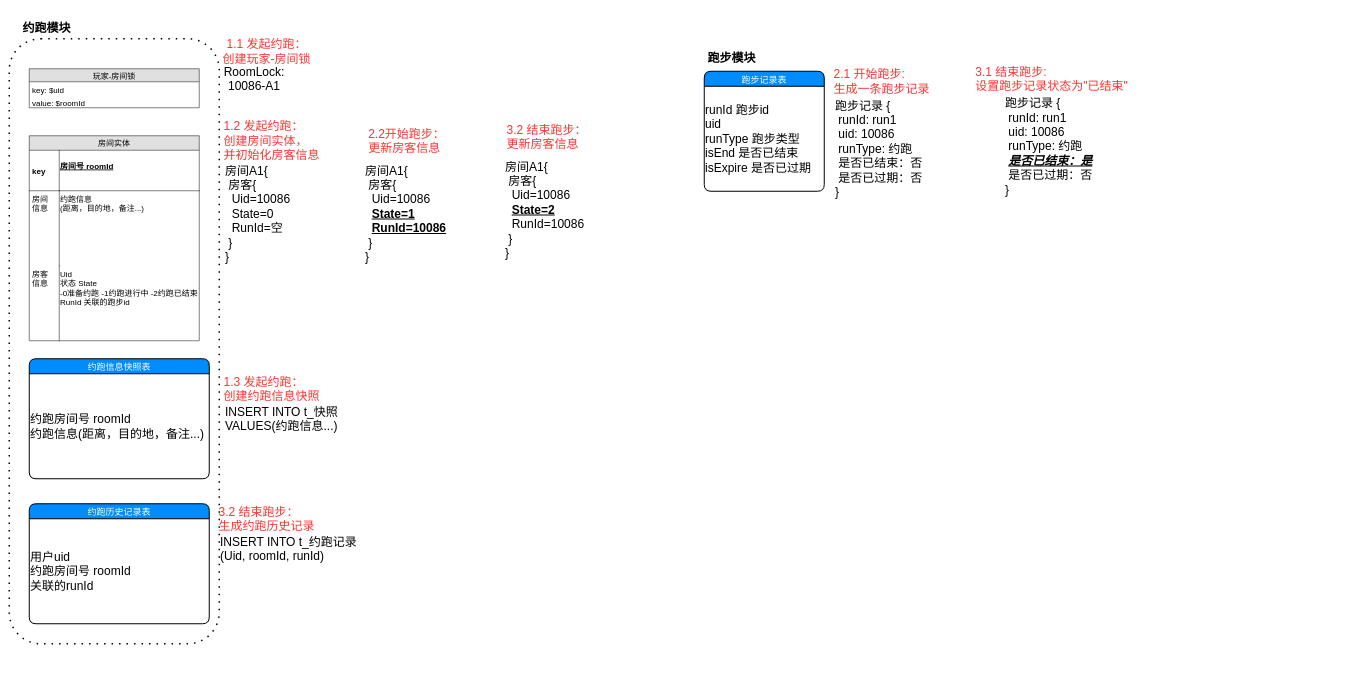
logxxx/Something keeps this draw.io diagram as 约跑房间模型.drawio. Above is the earlier version. Source tidied: cells renumbered, new cells numbered last; positions are measured from the earlier drawing's top-left corner, leaving out a move shared by most shapes. Both pictures are drawn from the tidied source at 50%, with x=0, y=0 at pixel (9, 14).
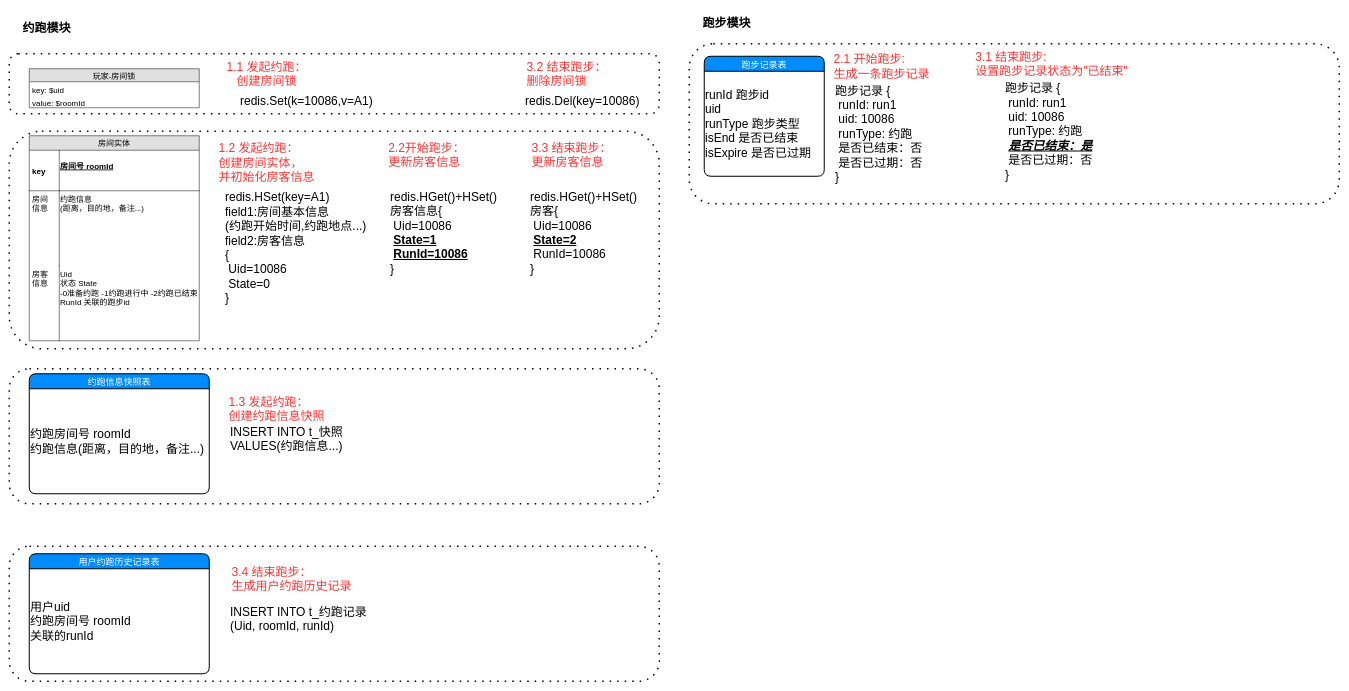
Above is the later version.

Commit message:
Update 约跑房间模型.drawio

The edit, as a diff of the source:
```diff
@@
+    <mxCell id="37" style="shape=ext;rounded=1;html=1;whiteSpace=wrap;dashed=1;dashPattern=1 4;strokeColor=#000000;fillColor=none;fontSize=16;fontColor=#FF0000;strokeWidth=3;" parent="1" vertex="1">
+      <mxGeometry x="1360" y="60" width="1300" height="320" as="geometry" />
+    </mxCell>
+    <mxCell id="38" style="shape=ext;rounded=1;html=1;whiteSpace=wrap;dashed=1;dashPattern=1 4;strokeColor=#000000;fillColor=none;fontSize=16;fontColor=#FF0000;strokeWidth=3;" parent="1" vertex="1">
+      <mxGeometry y="710" width="1300" height="270" as="geometry" />
+    </mxCell>
+    <mxCell id="39" style="shape=ext;rounded=1;html=1;whiteSpace=wrap;dashed=1;dashPattern=1 4;strokeColor=#000000;fillColor=none;fontSize=16;fontColor=#FF0000;strokeWidth=3;" parent="1" vertex="1">
+      <mxGeometry y="235" width="1300" height="435" as="geometry" />
+    </mxCell>
     <mxCell id="2" style="shape=ext;rounded=1;html=1;whiteSpace=wrap;dashed=1;dashPattern=1 4;strokeColor=#000000;fillColor=none;fontSize=16;fontColor=#FF0000;strokeWidth=3;" parent="1" vertex="1">
-      <mxGeometry y="50" width="420" height="1210" as="geometry" />
+      <mxGeometry y="80" width="1300" height="120" as="geometry" />
     </mxCell>
@@
     <mxCell id="10" value="跑步记录表" style="swimlane;horizontal=1;startSize=30;fillColor=#008cff;fontColor=#FFFFFF;rounded=1;fontSize=18;fontStyle=0;strokeWidth=2;shadow=0;dashed=0;align=center;" parent="1" vertex="1">
-      <mxGeometry x="1390" y="115" width="240" height="240" as="geometry" />
+      <mxGeometry x="1390" y="85" width="240" height="240" as="geometry" />
     </mxCell>
@@
     <mxCell id="16" value="跑步模块" style="text;align=center;fontStyle=1;verticalAlign=middle;spacingLeft=3;spacingRight=3;strokeColor=none;fillColor=none;fontSize=24;fontColor=#000000;" parent="1" vertex="1">
-      <mxGeometry x="1390" y="60" width="110" height="50" as="geometry" />
+      <mxGeometry x="1380" y="-10" width="110" height="50" as="geometry" />
     </mxCell>
-    <mxCell id="17" value="RoomLock:&lt;br&gt;10086-A1" style="text;html=1;strokeColor=none;fillColor=none;align=center;verticalAlign=middle;whiteSpace=wrap;rounded=0;fontSize=24;fontColor=#000000;" parent="1" vertex="1">
-      <mxGeometry x="470" y="120" width="40" height="20" as="geometry" />
+    <mxCell id="17" value="redis.Set(k=10086,v=A1)" style="text;html=1;strokeColor=none;fillColor=none;align=left;verticalAlign=middle;whiteSpace=wrap;rounded=0;fontSize=24;fontColor=#000000;" parent="1" vertex="1">
+      <mxGeometry x="460" y="140" width="350" height="70" as="geometry" />
     </mxCell>
-    <mxCell id="18" value="&lt;div&gt;房间A1{&lt;/div&gt;&lt;div&gt;&lt;span style=&quot;white-space: pre&quot;&gt; &lt;/span&gt;房客{&lt;/div&gt;&lt;div&gt;&lt;span style=&quot;white-space: pre&quot;&gt;  &lt;/span&gt;Uid=10086&lt;/div&gt;&lt;div&gt;&lt;span style=&quot;white-space: pre&quot;&gt;  &lt;/span&gt;State=0&lt;/div&gt;&lt;div&gt;&lt;span style=&quot;white-space: pre&quot;&gt;  &lt;/span&gt;RunId=空&lt;/div&gt;&lt;div&gt;&lt;span style=&quot;white-space: pre&quot;&gt; &lt;/span&gt;}&lt;/div&gt;&lt;div&gt;}&lt;/div&gt;" style="text;html=1;strokeColor=none;fillColor=none;align=left;verticalAlign=middle;whiteSpace=wrap;rounded=0;fontSize=24;fontColor=#000000;" parent="1" vertex="1">
-      <mxGeometry x="430" y="280" width="310" height="240" as="geometry" />
+    <mxCell id="18" value="&lt;div&gt;redis.HSet(key=A1)&lt;/div&gt;&lt;div&gt;field1:房间基本信息&lt;/div&gt;&lt;div&gt;(约跑开始时间,约跑地点...)&lt;/div&gt;&lt;div&gt;field2:房客信息&lt;/div&gt;&lt;div&gt;&lt;span&gt;{&lt;/span&gt;&lt;br&gt;&lt;/div&gt;&lt;div&gt;&lt;span style=&quot;white-space: pre&quot;&gt; &lt;/span&gt;Uid=10086&lt;/div&gt;&lt;div&gt;&lt;span style=&quot;white-space: pre&quot;&gt; &lt;/span&gt;State=0&lt;/div&gt;&lt;div&gt;}&lt;/div&gt;" style="text;html=1;strokeColor=none;fillColor=none;align=left;verticalAlign=middle;whiteSpace=wrap;rounded=0;fontSize=24;fontColor=#000000;" parent="1" vertex="1">
+      <mxGeometry x="430" y="348" width="310" height="240" as="geometry" />
     </mxCell>
-    <mxCell id="19" value="&lt;font color=&quot;#ff3333&quot;&gt;1.1 发起约跑：&lt;br&gt;创建玩家-房间锁&lt;/font&gt;" style="text;html=1;strokeColor=none;fillColor=none;align=center;verticalAlign=middle;whiteSpace=wrap;rounded=0;fontSize=24;fontColor=#000000;" parent="1" vertex="1">
-      <mxGeometry x="330" y="65" width="370" height="20" as="geometry" />
+    <mxCell id="19" value="&lt;font color=&quot;#ff3333&quot;&gt;1.1 发起约跑：&lt;br&gt;创建房间锁&lt;/font&gt;" style="text;html=1;strokeColor=none;fillColor=none;align=center;verticalAlign=middle;whiteSpace=wrap;rounded=0;fontSize=24;fontColor=#000000;" parent="1" vertex="1">
+      <mxGeometry x="330" y="110" width="370" height="20" as="geometry" />
     </mxCell>
     <mxCell id="20" value="&lt;div style=&quot;text-align: left&quot;&gt;&lt;span style=&quot;color: rgb(255 , 51 , 51)&quot;&gt;1.2 发起约跑：&lt;/span&gt;&lt;/div&gt;&lt;div style=&quot;text-align: left&quot;&gt;&lt;span style=&quot;color: rgb(255 , 51 , 51)&quot;&gt;创建房间实体，&lt;/span&gt;&lt;/div&gt;&lt;font color=&quot;#ff3333&quot;&gt;&lt;div style=&quot;text-align: left&quot;&gt;&lt;span&gt;并初始化房客信息&lt;/span&gt;&lt;/div&gt;&lt;/font&gt;" style="text;html=1;strokeColor=none;fillColor=none;align=center;verticalAlign=middle;whiteSpace=wrap;rounded=0;fontSize=24;fontColor=#000000;" parent="1" vertex="1">
-      <mxGeometry x="340" y="244" width="370" height="20" as="geometry" />
+      <mxGeometry x="330" y="288" width="370" height="20" as="geometry" />
     </mxCell>
     <mxCell id="21" value="&lt;div style=&quot;text-align: left&quot;&gt;&lt;font color=&quot;#ff3333&quot;&gt;2.1 开始跑步:&lt;/font&gt;&lt;/div&gt;&lt;div style=&quot;text-align: left&quot;&gt;&lt;font color=&quot;#ff3333&quot;&gt;生成一条跑步记录&lt;/font&gt;&lt;/div&gt;" style="text;html=1;strokeColor=none;fillColor=none;align=center;verticalAlign=middle;whiteSpace=wrap;rounded=0;fontSize=24;fontColor=#000000;" parent="1" vertex="1">
-      <mxGeometry x="1560" y="125" width="370" height="20" as="geometry" />
+      <mxGeometry x="1560" y="95" width="370" height="20" as="geometry" />
     </mxCell>
     <mxCell id="22" value="&lt;div&gt;跑步记录 {&lt;/div&gt;&lt;div&gt;&lt;span style=&quot;white-space: pre&quot;&gt; &lt;/span&gt;runId: run1&lt;/div&gt;&lt;div&gt;&lt;span style=&quot;white-space: pre&quot;&gt; &lt;/span&gt;uid: 10086&lt;/div&gt;&lt;div&gt;&lt;span style=&quot;white-space: pre&quot;&gt; &lt;/span&gt;runType: 约跑&lt;/div&gt;&lt;div&gt;&lt;span style=&quot;white-space: pre&quot;&gt; &lt;/span&gt;是否已结束：否&lt;/div&gt;&lt;div&gt;&lt;span style=&quot;white-space: pre&quot;&gt; &lt;/span&gt;是否已过期：否&lt;/div&gt;&lt;div&gt;}&lt;/div&gt;" style="text;html=1;strokeColor=none;fillColor=none;align=left;verticalAlign=middle;whiteSpace=wrap;rounded=0;fontSize=24;fontColor=#000000;" parent="1" vertex="1">
-      <mxGeometry x="1650" y="150" width="310" height="240" as="geometry" />
+      <mxGeometry x="1650" y="120" width="310" height="240" as="geometry" />
     </mxCell>
-    <mxCell id="23" value="&lt;div&gt;房间A1{&lt;/div&gt;&lt;div&gt;&lt;span style=&quot;white-space: pre&quot;&gt; &lt;/span&gt;房客{&lt;/div&gt;&lt;div&gt;&lt;span style=&quot;white-space: pre&quot;&gt;  &lt;/span&gt;Uid=10086&lt;/div&gt;&lt;div&gt;&lt;span style=&quot;white-space: pre&quot;&gt;  &lt;/span&gt;&lt;b&gt;&lt;u&gt;State=1&lt;/u&gt;&lt;/b&gt;&lt;/div&gt;&lt;div&gt;&lt;span style=&quot;white-space: pre&quot;&gt;  &lt;/span&gt;&lt;b&gt;&lt;u&gt;RunId=10086&lt;/u&gt;&lt;/b&gt;&lt;/div&gt;&lt;div&gt;&lt;span style=&quot;white-space: pre&quot;&gt; &lt;/span&gt;}&lt;/div&gt;&lt;div&gt;}&lt;/div&gt;" style="text;html=1;strokeColor=none;fillColor=none;align=left;verticalAlign=middle;whiteSpace=wrap;rounded=0;fontSize=24;fontColor=#000000;" parent="1" vertex="1">
-      <mxGeometry x="710" y="280" width="310" height="240" as="geometry" />
+    <mxCell id="23" value="&lt;div&gt;redis.HGet()+HSet()&lt;/div&gt;&lt;div&gt;房客信息{&lt;/div&gt;&lt;div&gt;&lt;span style=&quot;white-space: pre&quot;&gt; &lt;/span&gt;Uid=10086&lt;/div&gt;&lt;div&gt;&lt;span style=&quot;white-space: pre&quot;&gt; &lt;/span&gt;&lt;b&gt;&lt;u&gt;State=1&lt;/u&gt;&lt;/b&gt;&lt;/div&gt;&lt;div&gt;&lt;span style=&quot;white-space: pre&quot;&gt; &lt;/span&gt;&lt;b&gt;&lt;u&gt;RunId=10086&lt;/u&gt;&lt;/b&gt;&lt;/div&gt;&lt;div&gt;}&lt;/div&gt;" style="text;html=1;strokeColor=none;fillColor=none;align=left;verticalAlign=middle;whiteSpace=wrap;rounded=0;fontSize=24;fontColor=#000000;" parent="1" vertex="1">
+      <mxGeometry x="760" y="318" width="310" height="240" as="geometry" />
     </mxCell>
     <mxCell id="24" value="&lt;div style=&quot;text-align: left&quot;&gt;&lt;font color=&quot;#ff3333&quot;&gt;2.2开始跑步：&lt;/font&gt;&lt;/div&gt;&lt;div style=&quot;text-align: left&quot;&gt;&lt;font color=&quot;#ff3333&quot;&gt;更新房客信息&lt;/font&gt;&lt;/div&gt;" style="text;html=1;strokeColor=none;fillColor=none;align=center;verticalAlign=middle;whiteSpace=wrap;rounded=0;fontSize=24;fontColor=#000000;" parent="1" vertex="1">
-      <mxGeometry x="610" y="244" width="370" height="20" as="geometry" />
+      <mxGeometry x="650" y="272" width="370" height="20" as="geometry" />
     </mxCell>
     <mxCell id="25" value="&lt;div style=&quot;text-align: left&quot;&gt;&lt;font color=&quot;#ff3333&quot;&gt;3.1 结束跑步:&lt;/font&gt;&lt;/div&gt;&lt;div style=&quot;text-align: left&quot;&gt;&lt;font color=&quot;#ff3333&quot;&gt;设置跑步记录状态为&quot;已结束&quot;&lt;/font&gt;&lt;/div&gt;" style="text;html=1;strokeColor=none;fillColor=none;align=center;verticalAlign=middle;whiteSpace=wrap;rounded=0;fontSize=24;fontColor=#000000;" parent="1" vertex="1">
-      <mxGeometry x="1900" y="120" width="370" height="20" as="geometry" />
+      <mxGeometry x="1900" y="90" width="370" height="20" as="geometry" />
     </mxCell>
     <mxCell id="26" value="&lt;div&gt;跑步记录 {&lt;/div&gt;&lt;div&gt;&lt;span style=&quot;white-space: pre&quot;&gt; &lt;/span&gt;runId: run1&lt;/div&gt;&lt;div&gt;&lt;span style=&quot;white-space: pre&quot;&gt; &lt;/span&gt;uid: 10086&lt;/div&gt;&lt;div&gt;&lt;span style=&quot;white-space: pre&quot;&gt; &lt;/span&gt;runType: 约跑&lt;/div&gt;&lt;div&gt;&lt;span style=&quot;white-space: pre&quot;&gt; &lt;/span&gt;&lt;i&gt;&lt;b&gt;&lt;u&gt;是否已结束：是&lt;/u&gt;&lt;/b&gt;&lt;/i&gt;&lt;/div&gt;&lt;div&gt;&lt;span style=&quot;white-space: pre&quot;&gt; &lt;/span&gt;是否已过期：否&lt;/div&gt;&lt;div&gt;}&lt;/div&gt;" style="text;html=1;strokeColor=none;fillColor=none;align=left;verticalAlign=middle;whiteSpace=wrap;rounded=0;fontSize=24;fontColor=#000000;" parent="1" vertex="1">
-      <mxGeometry x="1990" y="145" width="310" height="240" as="geometry" />
+      <mxGeometry x="1990" y="115" width="310" height="240" as="geometry" />
     </mxCell>
-    <mxCell id="27" value="&lt;div&gt;房间A1{&lt;/div&gt;&lt;div&gt;&lt;span style=&quot;white-space: pre&quot;&gt; &lt;/span&gt;房客{&lt;/div&gt;&lt;div&gt;&lt;span style=&quot;white-space: pre&quot;&gt;  &lt;/span&gt;Uid=10086&lt;/div&gt;&lt;div&gt;&lt;span style=&quot;white-space: pre&quot;&gt;  &lt;/span&gt;&lt;b&gt;&lt;u&gt;State=2&lt;/u&gt;&lt;/b&gt;&lt;/div&gt;&lt;div&gt;&lt;span style=&quot;white-space: pre&quot;&gt;  &lt;/span&gt;RunId=10086&lt;/div&gt;&lt;div&gt;&lt;span style=&quot;white-space: pre&quot;&gt; &lt;/span&gt;}&lt;/div&gt;&lt;div&gt;}&lt;/div&gt;" style="text;html=1;strokeColor=none;fillColor=none;align=left;verticalAlign=middle;whiteSpace=wrap;rounded=0;fontSize=24;fontColor=#000000;" parent="1" vertex="1">
-      <mxGeometry x="990" y="272" width="310" height="240" as="geometry" />
+    <mxCell id="27" value="&lt;div&gt;redis.HGet()+HSet()&lt;/div&gt;&lt;div&gt;房客{&lt;/div&gt;&lt;div&gt;&lt;span style=&quot;white-space: pre&quot;&gt; &lt;/span&gt;Uid=10086&lt;/div&gt;&lt;div&gt;&lt;span style=&quot;white-space: pre&quot;&gt; &lt;/span&gt;&lt;b&gt;&lt;u&gt;State=2&lt;/u&gt;&lt;/b&gt;&lt;/div&gt;&lt;div&gt;&lt;span style=&quot;white-space: pre&quot;&gt; &lt;/span&gt;RunId=10086&lt;/div&gt;&lt;div&gt;}&lt;/div&gt;" style="text;html=1;strokeColor=none;fillColor=none;align=left;verticalAlign=middle;whiteSpace=wrap;rounded=0;fontSize=24;fontColor=#000000;" parent="1" vertex="1">
+      <mxGeometry x="1040" y="318" width="310" height="240" as="geometry" />
     </mxCell>
-    <mxCell id="28" value="&lt;div style=&quot;text-align: left&quot;&gt;&lt;font color=&quot;#ff3333&quot;&gt;3.2 结束跑步：&lt;/font&gt;&lt;/div&gt;&lt;div style=&quot;text-align: left&quot;&gt;&lt;font color=&quot;#ff3333&quot;&gt;更新房客信息&lt;/font&gt;&lt;/div&gt;" style="text;html=1;strokeColor=none;fillColor=none;align=center;verticalAlign=middle;whiteSpace=wrap;rounded=0;fontSize=24;fontColor=#000000;" parent="1" vertex="1">
-      <mxGeometry x="890" y="236" width="370" height="20" as="geometry" />
+    <mxCell id="28" value="&lt;div style=&quot;text-align: left&quot;&gt;&lt;font color=&quot;#ff3333&quot;&gt;3.3 结束跑步：&lt;/font&gt;&lt;/div&gt;&lt;div style=&quot;text-align: left&quot;&gt;&lt;font color=&quot;#ff3333&quot;&gt;更新房客信息&lt;/font&gt;&lt;/div&gt;" style="text;html=1;strokeColor=none;fillColor=none;align=center;verticalAlign=middle;whiteSpace=wrap;rounded=0;fontSize=24;fontColor=#000000;" parent="1" vertex="1">
+      <mxGeometry x="940" y="272" width="370" height="20" as="geometry" />
     </mxCell>
     <mxCell id="29" value="约跑信息快照表" style="swimlane;horizontal=1;startSize=30;fillColor=#008cff;fontColor=#FFFFFF;rounded=1;fontSize=18;fontStyle=0;strokeWidth=2;shadow=0;dashed=0;align=center;" parent="1" vertex="1">
-      <mxGeometry x="40" y="690" width="360" height="240" as="geometry" />
+      <mxGeometry x="40" y="720" width="360" height="240" as="geometry" />
     </mxCell>
@@
-    <mxCell id="31" value="约跑历史记录表" style="swimlane;horizontal=1;startSize=30;fillColor=#008cff;fontColor=#FFFFFF;rounded=1;fontSize=18;fontStyle=0;strokeWidth=2;shadow=0;dashed=0;align=center;" parent="1" vertex="1">
-      <mxGeometry x="40" y="980" width="360" height="240" as="geometry" />
+    <mxCell id="31" value="用户约跑历史记录表" style="swimlane;horizontal=1;startSize=30;fillColor=#008cff;fontColor=#FFFFFF;rounded=1;fontSize=18;fontStyle=0;strokeWidth=2;shadow=0;dashed=0;align=center;" parent="1" vertex="1">
+      <mxGeometry x="40" y="1080" width="360" height="240" as="geometry" />
     </mxCell>
@@
     <mxCell id="33" value="&lt;div&gt;INSERT INTO t_快照&lt;/div&gt;&lt;div&gt;VALUES(约跑信息...)&lt;/div&gt;" style="text;html=1;strokeColor=none;fillColor=none;align=left;verticalAlign=middle;whiteSpace=wrap;rounded=0;fontSize=24;fontColor=#000000;" parent="1" vertex="1">
-      <mxGeometry x="430" y="690" width="310" height="240" as="geometry" />
+      <mxGeometry x="440" y="730" width="310" height="240" as="geometry" />
     </mxCell>
     <mxCell id="34" value="&lt;div style=&quot;text-align: left&quot;&gt;&lt;span style=&quot;color: rgb(255 , 51 , 51)&quot;&gt;1.3 发起约跑：&lt;/span&gt;&lt;/div&gt;&lt;div style=&quot;text-align: left&quot;&gt;&lt;span style=&quot;color: rgb(255 , 51 , 51)&quot;&gt;创建约跑信息快照&lt;/span&gt;&lt;/div&gt;" style="text;html=1;strokeColor=none;fillColor=none;align=center;verticalAlign=middle;whiteSpace=wrap;rounded=0;fontSize=24;fontColor=#000000;" parent="1" vertex="1">
-      <mxGeometry x="340" y="740" width="370" height="20" as="geometry" />
+      <mxGeometry x="350" y="780" width="370" height="20" as="geometry" />
     </mxCell>
     <mxCell id="35" value="&lt;div&gt;INSERT INTO t_约跑记录&lt;/div&gt;&lt;div&gt;(Uid, roomId, runId)&lt;/div&gt;" style="text;html=1;strokeColor=none;fillColor=none;align=left;verticalAlign=middle;whiteSpace=wrap;rounded=0;fontSize=24;fontColor=#000000;" parent="1" vertex="1">
-      <mxGeometry x="420" y="950" width="310" height="240" as="geometry" />
+      <mxGeometry x="440" y="1090" width="310" height="240" as="geometry" />
     </mxCell>
-    <mxCell id="36" value="&lt;div style=&quot;text-align: left&quot;&gt;&lt;font color=&quot;#ff3333&quot;&gt;3.2 结束跑步：&lt;/font&gt;&lt;/div&gt;&lt;div style=&quot;text-align: left&quot;&gt;&lt;font color=&quot;#ff3333&quot;&gt;生成约跑历史记录&lt;/font&gt;&lt;/div&gt;" style="text;html=1;strokeColor=none;fillColor=none;align=center;verticalAlign=middle;whiteSpace=wrap;rounded=0;fontSize=24;fontColor=#000000;" parent="1" vertex="1">
-      <mxGeometry x="330" y="1000" width="370" height="20" as="geometry" />
+    <mxCell id="36" value="&lt;div style=&quot;text-align: left&quot;&gt;&lt;font color=&quot;#ff3333&quot;&gt;3.4 结束跑步：&lt;/font&gt;&lt;/div&gt;&lt;div style=&quot;text-align: left&quot;&gt;&lt;font color=&quot;#ff3333&quot;&gt;生成用户约跑历史记录&lt;/font&gt;&lt;/div&gt;" style="text;html=1;strokeColor=none;fillColor=none;align=center;verticalAlign=middle;whiteSpace=wrap;rounded=0;fontSize=24;fontColor=#000000;" parent="1" vertex="1">
+      <mxGeometry x="380" y="1120" width="370" height="20" as="geometry" />
     </mxCell>
+    <mxCell id="40" value="redis.Del(key=10086)" style="text;html=1;strokeColor=none;fillColor=none;align=left;verticalAlign=middle;whiteSpace=wrap;rounded=0;fontSize=24;fontColor=#000000;" parent="1" vertex="1">
+      <mxGeometry x="1030" y="110" width="210" height="130" as="geometry" />
+    </mxCell>
+    <mxCell id="41" value="&lt;div style=&quot;text-align: left&quot;&gt;&lt;font color=&quot;#ff3333&quot;&gt;3.2 结束跑步：&lt;/font&gt;&lt;/div&gt;&lt;div style=&quot;text-align: left&quot;&gt;&lt;font color=&quot;#ff3333&quot;&gt;删除房间锁&lt;/font&gt;&lt;/div&gt;" style="text;html=1;strokeColor=none;fillColor=none;align=center;verticalAlign=middle;whiteSpace=wrap;rounded=0;fontSize=24;fontColor=#000000;" parent="1" vertex="1">
+      <mxGeometry x="930" y="110" width="370" height="20" as="geometry" />
+    </mxCell>
+    <mxCell id="42" style="shape=ext;rounded=1;html=1;whiteSpace=wrap;dashed=1;dashPattern=1 4;strokeColor=#000000;fillColor=none;fontSize=16;fontColor=#FF0000;strokeWidth=3;" parent="1" vertex="1">
+      <mxGeometry y="1065" width="1300" height="270" as="geometry" />
+    </mxCell>
```
